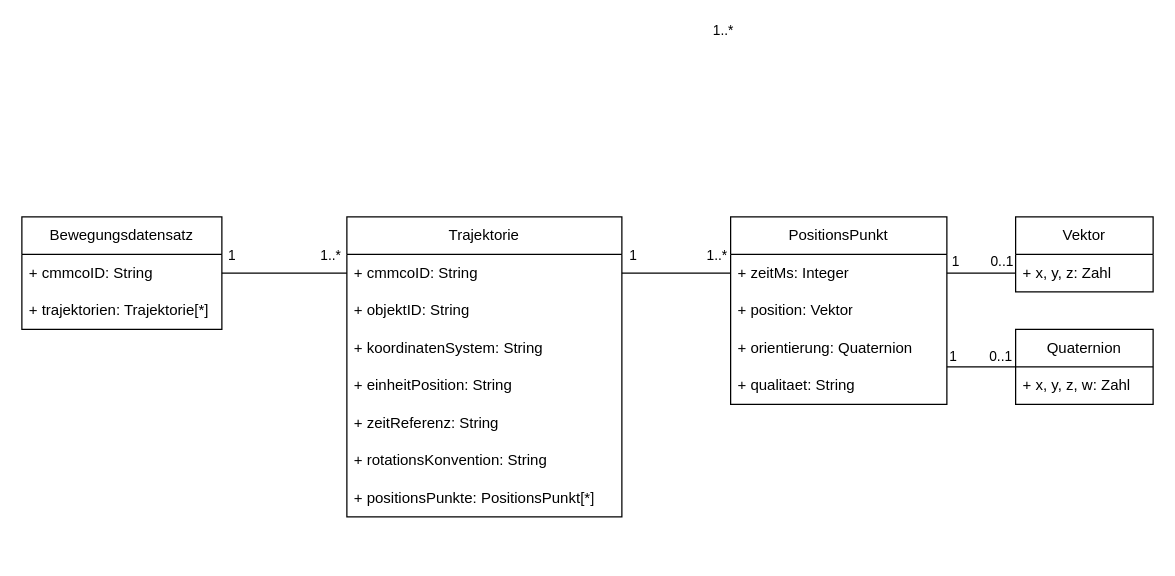
mfneu/fapra keeps this draw.io diagram as Datentypen v2.drawio. Above is the earlier version. Source tidied: cells renumbered, new cells numbered last; positions are measured from the earlier drawing's top-left corner, leaving out a move shared by most shapes. Both pictures are drawn from the tidied source at 125%, with x=0, y=0 at pixel (21, 216).
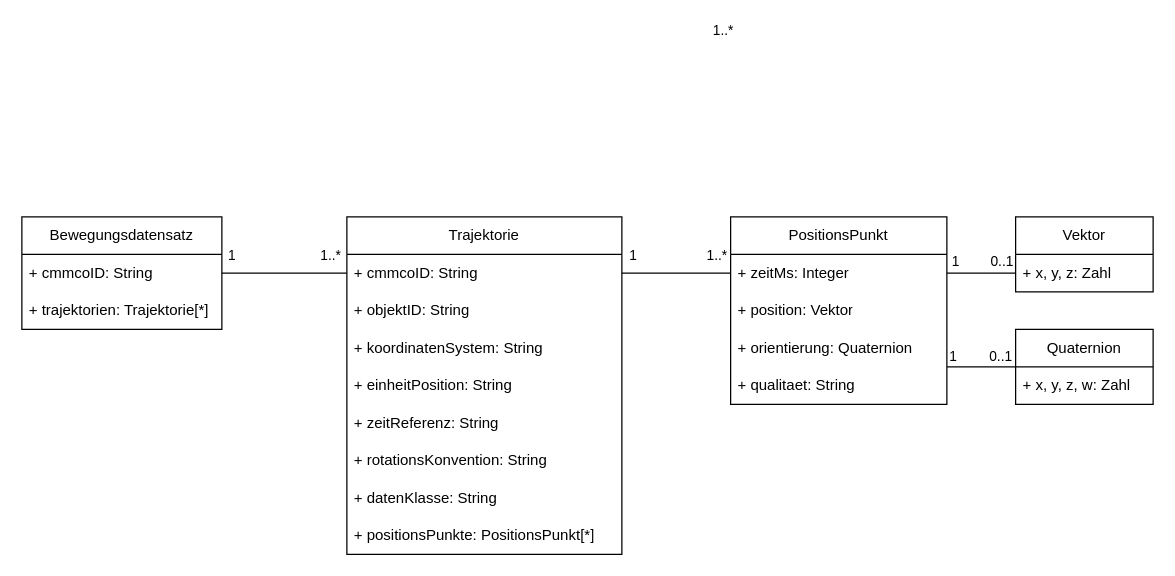
After the change.

The edit, as a diff of the source:
```diff
@@
     <mxCell id="5" value="Trajektorie" style="swimlane;fontStyle=0;horizontal=1;startSize=30;whiteSpace=wrap;html=1;" parent="1" vertex="1">
-      <mxGeometry x="260" width="220" height="240" as="geometry" />
+      <mxGeometry x="260" width="220" height="270" as="geometry" />
     </mxCell>
@@
+    <mxCell id="35" value="+ datenKlasse: String" style="text;strokeColor=none;fillColor=none;align=left;verticalAlign=middle;spacingLeft=4;spacingRight=4;overflow=hidden;whiteSpace=wrap;html=1;" parent="5" vertex="1">
+      <mxGeometry y="210" width="220" height="30" as="geometry" />
+    </mxCell>
     <mxCell id="12" value="+ positionsPunkte: PositionsPunkt[*]" style="text;strokeColor=none;fillColor=none;align=left;verticalAlign=middle;spacingLeft=4;spacingRight=4;overflow=hidden;whiteSpace=wrap;html=1;" parent="5" vertex="1">
-      <mxGeometry y="210" width="220" height="30" as="geometry" />
+      <mxGeometry y="240" width="220" height="30" as="geometry" />
     </mxCell>
```
